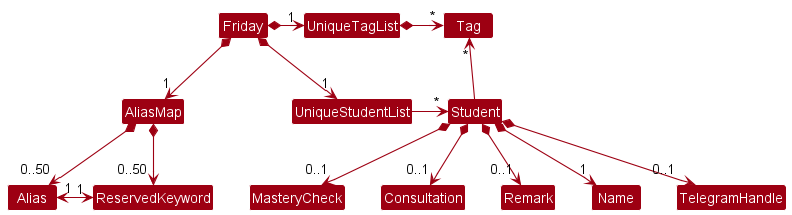
Above: docs/images/BetterModelClassDiagram.png in nus-cs2103-AY2223S1/tp (PlantUML), before the change.
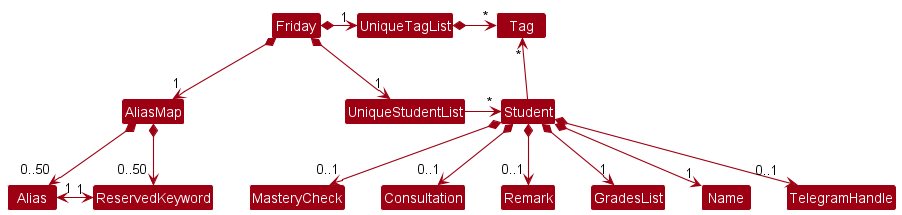
The same file after the commit.

Diff of the diagram source:
```diff
@@ -20,6 +20,7 @@
 Student *--> "0..1" MasteryCheck
 Student *--> "0..1" Consultation
 Student *--> "0..1" Remark
+Student *--> "1" GradesList
 
 AliasMap *--> "0..50" Alias
 AliasMap *--> "0..50" ReservedKeyword
```
